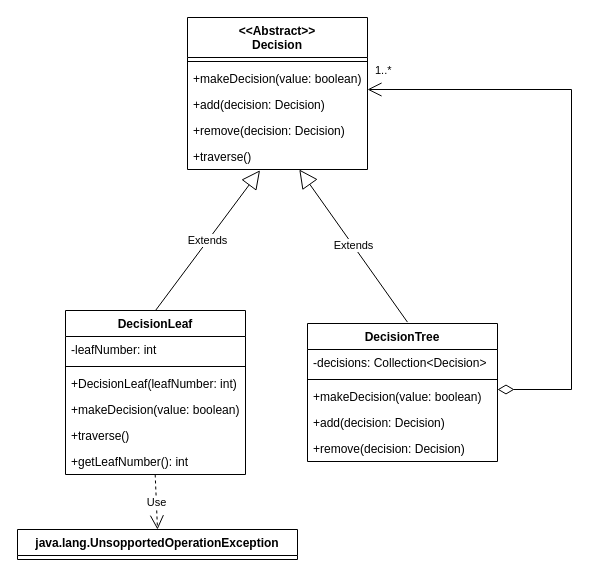
Before: log/diagrams/UML/Raffaele/Secondo sprint - tasks.drawio in weiss25r/Progetto-ISS-2022-2023, a draw.io diagram. Source tidied: cells renumbered, new cells numbered last; positions are measured from the earlier drawing's top-left corner, leaving out a move shared by most shapes. Both pictures are drawn from the tidied source at 100%, with x=0, y=0 at pixel (17, 17).
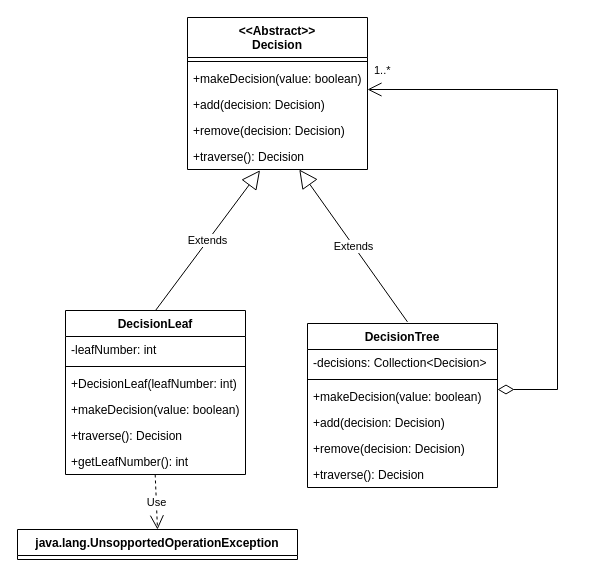
The same diagram, later.

The change refers to these unchanged cells:
```xml
<mxCell id="2" value="&lt;&lt;Abstract&gt;&gt;&#10;Decision&#10;" style="swimlane;fontStyle=1;align=center;verticalAlign=top;horizontal=1;startSize=40;" parent="1" vertex="1">
  <mxGeometry x="170" width="180" height="152" as="geometry" />
</mxCell>
<mxCell id="8" value="DecisionLeaf" style="swimlane;fontStyle=1;align=center;verticalAlign=top;horizontal=1;startSize=26;" parent="1" vertex="1">
  <mxGeometry x="48" y="293" width="180" height="164" as="geometry" />
</mxCell>
```

The edit, as a diff of the source:
```diff
@@
-    <mxCell id="7" value="+traverse()" style="text;strokeColor=none;fillColor=none;align=left;verticalAlign=top;spacingLeft=4;spacingRight=4;overflow=hidden;points=[[0,0.5],[1,0.5]];portConstraint=eastwest;" parent="2" vertex="1">
+    <mxCell id="7" value="+traverse(): Decision" style="text;strokeColor=none;fillColor=none;align=left;verticalAlign=top;spacingLeft=4;spacingRight=4;overflow=hidden;points=[[0,0.5],[1,0.5]];portConstraint=eastwest;" parent="2" vertex="1">
       <mxGeometry y="126" width="180" height="26" as="geometry" />
     </mxCell>
@@
-    <mxCell id="13" value="+traverse()" style="text;strokeColor=none;fillColor=none;align=left;verticalAlign=top;spacingLeft=4;spacingRight=4;overflow=hidden;" parent="8" vertex="1">
+    <mxCell id="13" value="+traverse(): Decision" style="text;strokeColor=none;fillColor=none;align=left;verticalAlign=top;spacingLeft=4;spacingRight=4;overflow=hidden;" parent="8" vertex="1">
       <mxGeometry y="112" width="180" height="26" as="geometry" />
     </mxCell>
@@
     <mxCell id="15" value="DecisionTree" style="swimlane;fontStyle=1;align=center;verticalAlign=top;horizontal=1;startSize=26;" parent="1" vertex="1">
-      <mxGeometry x="290" y="306" width="190" height="138" as="geometry" />
+      <mxGeometry x="290" y="306" width="190" height="164" as="geometry" />
     </mxCell>
@@
+    <mxCell id="26" value="+traverse(): Decision" style="text;strokeColor=none;fillColor=none;align=left;verticalAlign=top;spacingLeft=4;spacingRight=4;overflow=hidden;" parent="15" vertex="1">
+      <mxGeometry y="138" width="190" height="26" as="geometry" />
+    </mxCell>
     <mxCell id="21" value="1..*" style="endArrow=open;html=1;endSize=12;startArrow=diamondThin;startSize=14;startFill=0;edgeStyle=orthogonalEdgeStyle;align=left;verticalAlign=bottom;rounded=0;" parent="1" edge="1">
       <mxGeometry x="0.98" y="-10" relative="1" as="geometry">
         <mxPoint x="480" y="372" as="sourcePoint" />
         <mxPoint x="350" y="72" as="targetPoint" />
         <Array as="points">
-          <mxPoint x="480" y="372" />
-          <mxPoint x="554" y="372" />
-          <mxPoint x="554" y="72" />
+          <mxPoint x="540" y="372" />
+          <mxPoint x="540" y="72" />
         </Array>
       </mxGeometry>
     </mxCell>
```
